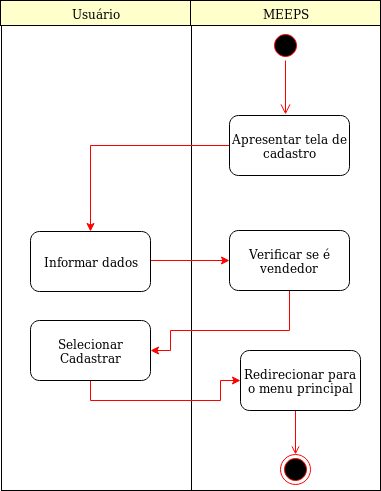
Earlier version of the draw.io export documentacao/requisitos/casodeuso/UC002/UC002.png (EvandroFilho/Meeps). Source tidied: cells renumbered, new cells last; positions are measured from the earlier drawing's top-left corner, leaving out a move shared by most shapes.
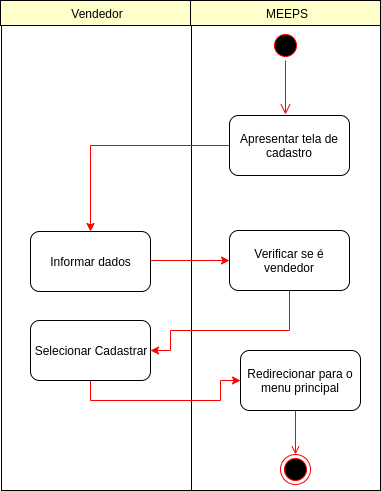
The same diagram one commit later.

What changed in the source:
```diff
@@ -2,47 +2,47 @@
   <root>
     <mxCell id="0" />
     <mxCell id="1" parent="0" />
-    <mxCell id="2" style="rounded=0;whiteSpace=wrap;html=1;" parent="1" vertex="1">
-      <mxGeometry x="190" y="25" width="190" height="465" as="geometry" />
-    </mxCell>
-    <mxCell id="3" style="rounded=0;whiteSpace=wrap;html=1;" parent="1" vertex="1">
-      <mxGeometry x="1" y="25" width="190" height="465" as="geometry" />
-    </mxCell>
-    <mxCell id="4" style="edgeStyle=orthogonalEdgeStyle;rounded=0;jettySize=auto;html=1;endArrow=open;endFill=0;strokeColor=#FF0000;entryX=0.5;entryY=0;entryDx=0;entryDy=0;exitX=0.46;exitY=1.003;exitDx=0;exitDy=0;exitPerimeter=0;" parent="1" edge="1" source="18" target="5">
-      <mxGeometry relative="1" as="geometry" />
-    </mxCell>
-    <mxCell id="5" style="ellipse;html=1;shape=endState;fillColor=#000000;strokeColor=#ff0000;" parent="1" vertex="1">
-      <mxGeometry x="280" y="454" width="30" height="30" as="geometry" />
-    </mxCell>
-    <mxCell id="6" value="Usuário" style="rounded=0;whiteSpace=wrap;html=1;strokeColor=#000000;fillColor=#FFFFCC;" parent="1" vertex="1">
-      <mxGeometry width="190" height="25" as="geometry" />
-    </mxCell>
+    <mxCell id="19" style="rounded=0;whiteSpace=wrap;html=1;" parent="1" vertex="1">
+      <mxGeometry x="190" y="25" width="190" height="465" as="geometry" />
+    </mxCell>
+    <mxCell id="20" style="rounded=0;whiteSpace=wrap;html=1;" parent="1" vertex="1">
+      <mxGeometry x="1" y="25" width="190" height="465" as="geometry" />
+    </mxCell>
+    <mxCell id="21" style="edgeStyle=orthogonalEdgeStyle;rounded=0;jettySize=auto;html=1;endArrow=open;endFill=0;strokeColor=#FF0000;entryX=0.5;entryY=0;entryDx=0;entryDy=0;exitX=0.46;exitY=1.003;exitDx=0;exitDy=0;exitPerimeter=0;" parent="1" edge="1" source="18" target="22">
+      <mxGeometry relative="1" as="geometry" />
+    </mxCell>
+    <mxCell id="22" style="ellipse;html=1;shape=endState;fillColor=#000000;strokeColor=#ff0000;" parent="1" vertex="1">
+      <mxGeometry x="280" y="454" width="30" height="30" as="geometry" />
+    </mxCell>
+    <mxCell id="23" value="Vendedor" style="rounded=0;whiteSpace=wrap;html=1;strokeColor=#000000;fillColor=#FFFFCC;" parent="1" vertex="1">
+      <mxGeometry width="190" height="25" as="geometry" />
+    </mxCell>
     <mxCell id="7" value="MEEPS" style="rounded=0;whiteSpace=wrap;html=1;strokeColor=#000000;fillColor=#FFFFCC;" parent="1" vertex="1">
       <mxGeometry x="190" width="190" height="25" as="geometry" />
     </mxCell>
-    <mxCell id="8" style="ellipse;html=1;shape=startState;fillColor=#000000;strokeColor=#ff0000;" parent="1" vertex="1">
-      <mxGeometry x="270" y="30" width="30" height="30" as="geometry" />
-    </mxCell>
-    <mxCell id="9" style="edgeStyle=orthogonalEdgeStyle;html=1;verticalAlign=bottom;endArrow=open;endSize=8;strokeColor=#ff0000;" parent="1" edge="1">
-      <mxGeometry relative="1" as="geometry">
-        <mxPoint x="285" y="60" as="sourcePoint" />
-        <mxPoint x="285" y="114" as="targetPoint" />
-      </mxGeometry>
-    </mxCell>
+    <mxCell id="24" style="ellipse;html=1;shape=startState;fillColor=#000000;strokeColor=#ff0000;" parent="1" vertex="1">
+      <mxGeometry x="270" y="30" width="30" height="30" as="geometry" />
+    </mxCell>
+    <mxCell id="25" style="edgeStyle=orthogonalEdgeStyle;html=1;verticalAlign=bottom;endArrow=open;endSize=8;strokeColor=#ff0000;" parent="1" edge="1">
+      <mxGeometry relative="1" as="geometry">
+        <mxPoint x="285" y="60" as="sourcePoint" />
+        <mxPoint x="285" y="114" as="targetPoint" />
+      </mxGeometry>
+    </mxCell>
     <mxCell id="10" style="edgeStyle=orthogonalEdgeStyle;rounded=0;jettySize=auto;html=1;fillColor=#e51400;strokeColor=#FF0000;" parent="1" edge="1" source="11" target="13">
       <mxGeometry relative="1" as="geometry" />
     </mxCell>
     <mxCell id="11" value="Apresentar tela de cadastro" style="rounded=1;whiteSpace=wrap;html=1;" parent="1" vertex="1">
       <mxGeometry x="229" y="115" width="120" height="60" as="geometry" />
     </mxCell>
-    <mxCell id="12" style="edgeStyle=orthogonalEdgeStyle;rounded=0;jettySize=auto;html=1;strokeColor=#FF0000;entryX=0;entryY=0.5;entryDx=0;entryDy=0;" parent="1" edge="1" target="15">
-      <mxGeometry relative="1" as="geometry">
-        <mxPoint x="90" y="267" as="sourcePoint" />
-        <Array as="points">
-          <mxPoint x="90" y="260" />
-        </Array>
-      </mxGeometry>
-    </mxCell>
+    <mxCell id="26" style="edgeStyle=orthogonalEdgeStyle;rounded=0;jettySize=auto;html=1;strokeColor=#FF0000;entryX=0;entryY=0.5;entryDx=0;entryDy=0;" parent="1" edge="1" target="15">
+      <mxGeometry relative="1" as="geometry">
+        <mxPoint x="90" y="267" as="sourcePoint" />
+        <Array as="points">
+          <mxPoint x="90" y="260" />
+        </Array>
+      </mxGeometry>
+    </mxCell>
     <mxCell id="13" value="Informar dados" style="rounded=1;whiteSpace=wrap;html=1;" parent="1" vertex="1">
       <mxGeometry x="30" y="231" width="120" height="60" as="geometry" />
     </mxCell>
```
